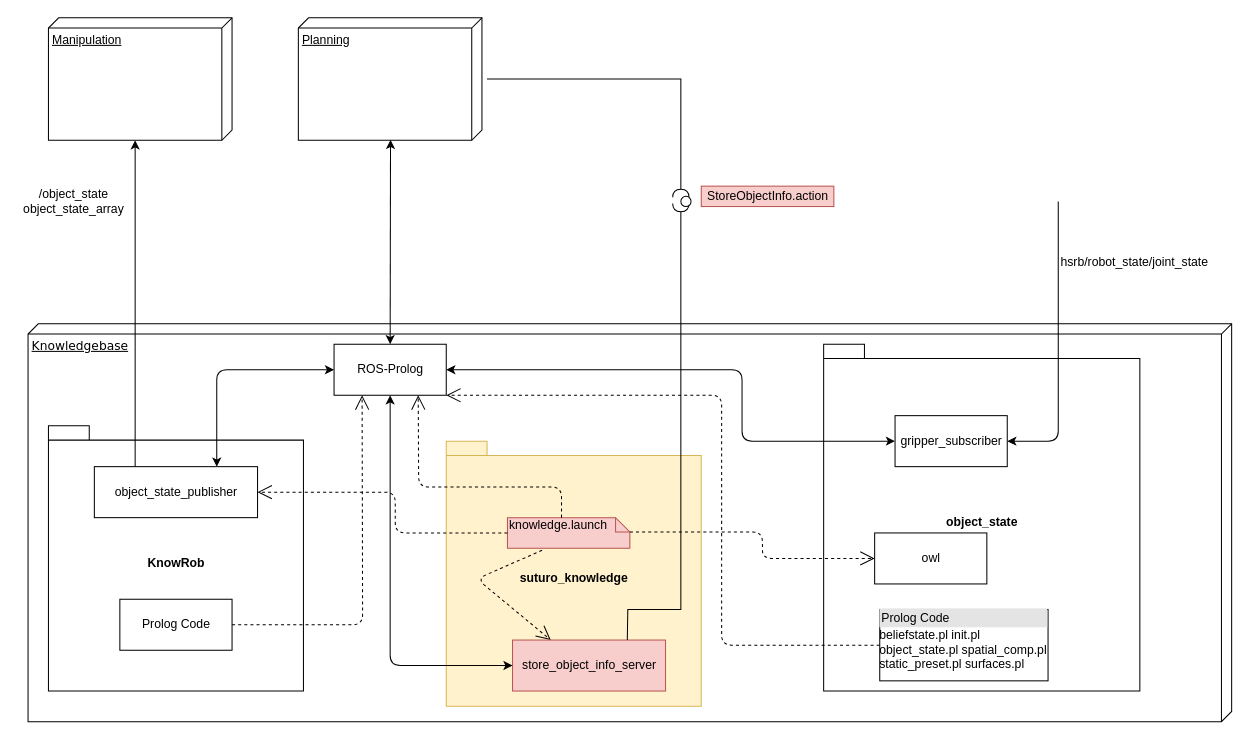
The draw.io diagram architecture/knowledge_architecture/knowledge.drawio in SUTURO/suturo_resources, before the edit. Source tidied: cells renumbered, new cells numbered last; positions are measured from the earlier drawing's top-left corner, leaving out a move shared by most shapes. Both pictures are drawn from the tidied source at 102%, with x=0, y=0 at pixel (17, 17).
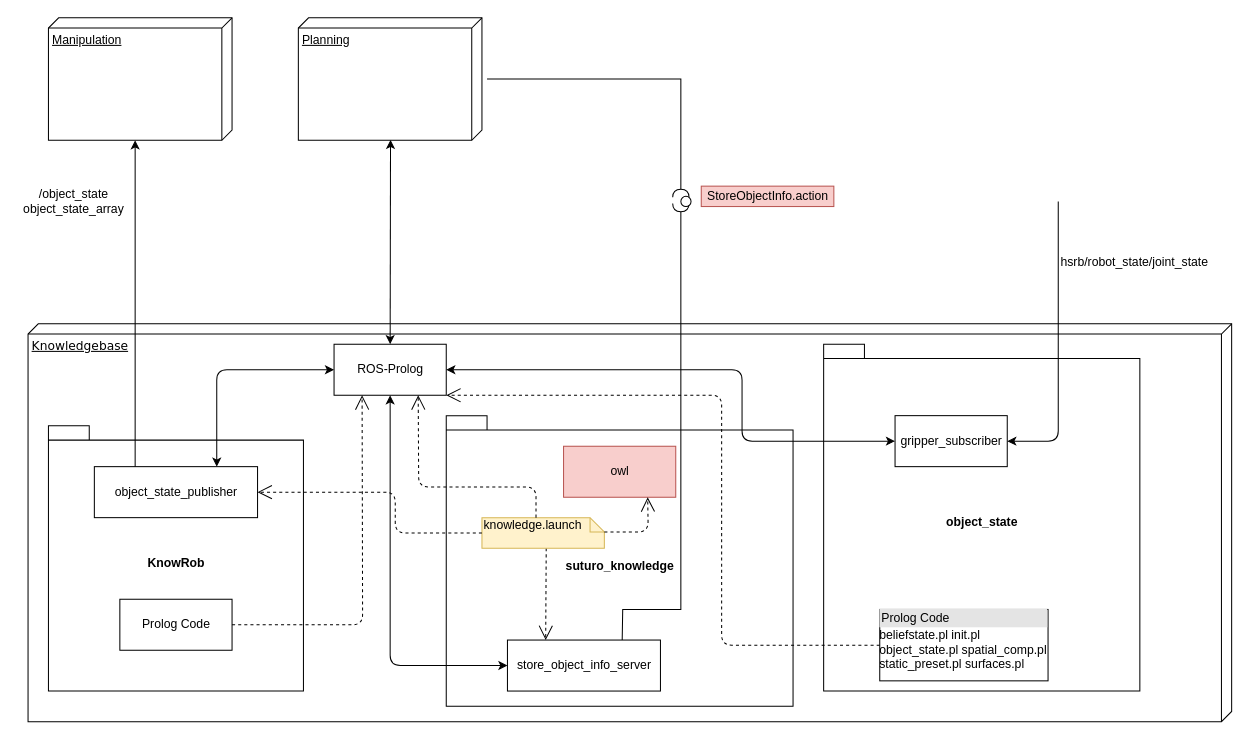
The same page after the edit.

Commit message (it also covers changes not shown here):
add changed owl to knowledge diagramm

The change refers to these unchanged cells:
```xml
<mxCell id="5" value="ROS-Prolog" style="html=1;" parent="1" vertex="1">
  <mxGeometry x="310" y="320" width="110" height="50" as="geometry" />
</mxCell>
<mxCell id="32" style="ellipse;whiteSpace=wrap;html=1;fontFamily=Helvetica;fontSize=12;fontColor=#000000;align=center;strokeColor=#000000;fillColor=#ffffff;points=[];" parent="1" vertex="1">
  <mxGeometry x="650" y="175" width="10" height="10" as="geometry" />
</mxCell>
```

Diff of the diagram source:
```diff
@@
-    <mxCell id="3" value="suturo_knowledge" style="shape=folder;fontStyle=1;spacingTop=10;tabWidth=40;tabHeight=14;tabPosition=left;html=1;fillColor=#fff2cc;strokeColor=#d6b656;" parent="1" vertex="1">
-      <mxGeometry x="420" y="415" width="250" height="260" as="geometry" />
+    <mxCell id="3" value="suturo_knowledge" style="shape=folder;fontStyle=1;spacingTop=10;tabWidth=40;tabHeight=14;tabPosition=left;html=1;" parent="1" vertex="1">
+      <mxGeometry x="420" y="390" width="340" height="285" as="geometry" />
     </mxCell>
-    <mxCell id="4" style="endArrow=open;endSize=12;dashed=1;html=1;exitX=0.283;exitY=1.067;exitDx=0;exitDy=0;exitPerimeter=0;entryX=0.25;entryY=0;entryDx=0;entryDy=0;" parent="1" edge="1" source="17" target="15">
+    <mxCell id="4" style="endArrow=open;endSize=12;dashed=1;html=1;entryX=0.25;entryY=0;entryDx=0;entryDy=0;" parent="1" edge="1" target="15">
       <mxGeometry x="0.27" y="39" relative="1" as="geometry">
-        <Array as="points">
-          <mxPoint x="450" y="550" />
-        </Array>
+        <mxPoint x="518" y="520" as="sourcePoint" />
       </mxGeometry>
     </mxCell>
@@
-    <mxCell id="15" value="store_object_info_server" style="html=1;fillColor=#f8cecc;strokeColor=#b85450;" parent="1" vertex="1">
-      <mxGeometry x="485" y="610" width="150" height="50" as="geometry" />
+    <mxCell id="15" value="store_object_info_server" style="html=1;" parent="1" vertex="1">
+      <mxGeometry x="480" y="610" width="150" height="50" as="geometry" />
     </mxCell>
@@
-    <mxCell id="17" value="knowledge.launch" style="shape=note;whiteSpace=wrap;html=1;size=14;verticalAlign=top;align=left;spacingTop=-6;fillColor=#f8cecc;strokeColor=#b85450;" parent="1" vertex="1">
-      <mxGeometry x="480" y="490" width="120" height="30" as="geometry" />
+    <mxCell id="17" value="knowledge.launch" style="shape=note;whiteSpace=wrap;html=1;size=14;verticalAlign=top;align=left;spacingTop=-6;fillColor=#fff2cc;strokeColor=#d6b656;" parent="1" vertex="1">
+      <mxGeometry x="455" y="490" width="120" height="30" as="geometry" />
     </mxCell>
@@
     <mxCell id="20" style="endArrow=open;endSize=12;dashed=1;html=1;exitX=0;exitY=0;exitDx=53;exitDy=0;exitPerimeter=0;entryX=0.75;entryY=1;entryDx=0;entryDy=0;" parent="1" edge="1" source="17" target="5">
       <mxGeometry x="0.27" y="39" relative="1" as="geometry">
         <Array as="points">
-          <mxPoint x="533" y="460" />
+          <mxPoint x="508" y="460" />
           <mxPoint x="393" y="460" />
         </Array>
       </mxGeometry>
     </mxCell>
@@
-    <mxCell id="24" value="owl" style="html=1;" parent="1" vertex="1">
-      <mxGeometry x="840" y="505" width="110" height="50" as="geometry" />
+    <mxCell id="24" value="owl" style="html=1;fillColor=#f8cecc;strokeColor=#b85450;" parent="1" vertex="1">
+      <mxGeometry x="535" y="420" width="110" height="50" as="geometry" />
     </mxCell>
-    <mxCell id="25" style="endArrow=open;endSize=12;dashed=1;html=1;entryX=0;entryY=0.5;entryDx=0;entryDy=0;exitX=0;exitY=0;exitDx=120;exitDy=14;exitPerimeter=0;" parent="1" edge="1" source="17" target="24">
+    <mxCell id="25" style="endArrow=open;endSize=12;dashed=1;html=1;entryX=0.75;entryY=1;entryDx=0;entryDy=0;exitX=0;exitY=0;exitDx=120;exitDy=14;exitPerimeter=0;" parent="1" edge="1" source="17" target="24">
       <mxGeometry x="1" y="220" relative="1" as="geometry">
         <Array as="points">
-          <mxPoint x="730" y="504" />
-          <mxPoint x="730" y="530" />
+          <mxPoint x="618" y="504" />
         </Array>
         <mxPoint x="169" y="214" as="offset" />
       </mxGeometry>
     </mxCell>
@@
     <mxCell id="30" style="rounded=0;jettySize=auto;html=1;endArrow=halfCircle;endFill=0;endSize=6;strokeWidth=1;exitX=0.75;exitY=0;exitDx=0;exitDy=0;entryX=0;entryY=0.7;entryDx=0;entryDy=0;entryPerimeter=0;" parent="1" edge="1" source="15" target="32">
       <mxGeometry relative="1" as="geometry">
         <Array as="points">
-          <mxPoint x="598" y="580" />
+          <mxPoint x="593" y="580" />
           <mxPoint x="650" y="580" />
         </Array>
       </mxGeometry>
     </mxCell>
```
